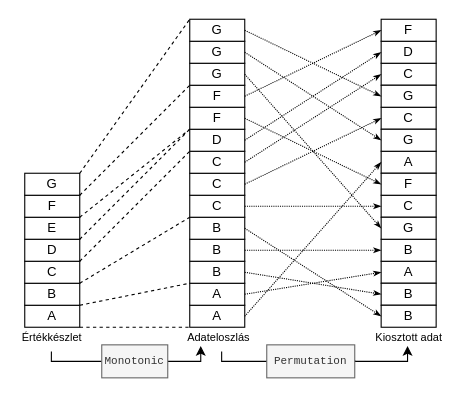
The draw.io diagram dolgozat-2024/src/diagram/distribution.drawio in davidsusu/holodb-tdk, before the edit. Source tidied: cells renumbered, new cells numbered last; positions are measured from the earlier drawing's top-left corner, leaving out a move shared by most shapes. Both pictures are drawn from the tidied source at 110%, with x=0, y=0 at pixel (19, 19).
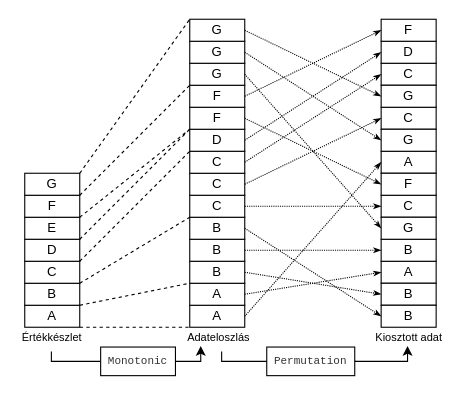
The same page after the edit.

The edit, as a diff of the source:
```diff
@@
-    <mxCell id="66" value="Monotonic" style="text;html=1;strokeColor=#666666;fillColor=#f5f5f5;align=center;verticalAlign=middle;whiteSpace=wrap;rounded=0;fontFamily=Courier New;fontSize=10;fontColor=#333333;" parent="1" vertex="1">
-      <mxGeometry x="75" y="296" width="60" height="30" as="geometry" />
+    <mxCell id="66" value="Monotonic" style="text;html=1;strokeColor=#000000;fillColor=#FFFFFF;align=center;verticalAlign=middle;whiteSpace=wrap;rounded=0;fontFamily=Courier New;fontSize=10;fontColor=#333333;" parent="1" vertex="1">
+      <mxGeometry x="74" y="298" width="68" height="26" as="geometry" />
     </mxCell>
-    <mxCell id="67" value="Permutation" style="text;html=1;strokeColor=#666666;fillColor=#f5f5f5;align=center;verticalAlign=middle;whiteSpace=wrap;rounded=0;fontFamily=Courier New;fontSize=10;fontColor=#333333;" parent="1" vertex="1">
-      <mxGeometry x="225" y="296" width="80" height="30" as="geometry" />
+    <mxCell id="67" value="Permutation" style="text;html=1;strokeColor=#000000;fillColor=#FFFFFF;align=center;verticalAlign=middle;whiteSpace=wrap;rounded=0;fontFamily=Courier New;fontSize=10;fontColor=#333333;" parent="1" vertex="1">
+      <mxGeometry x="225" y="298" width="80" height="26" as="geometry" />
     </mxCell>
```
